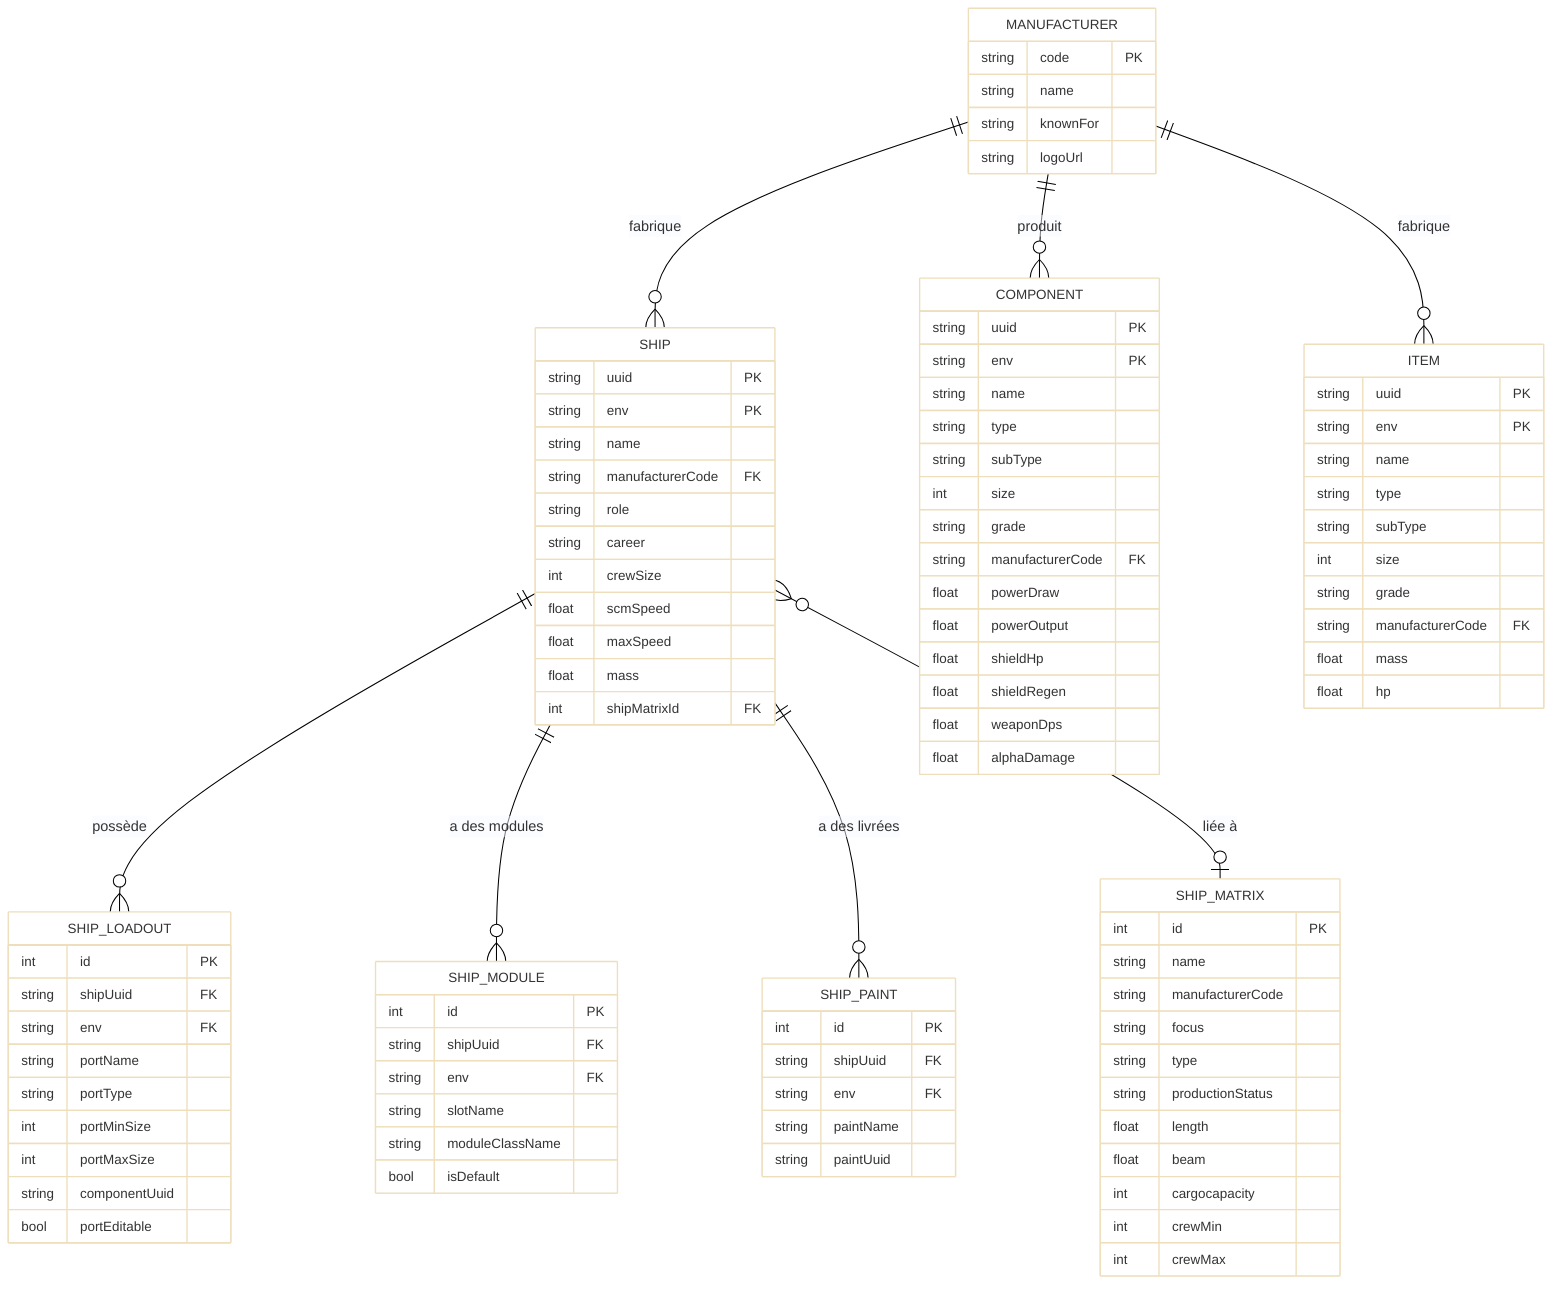
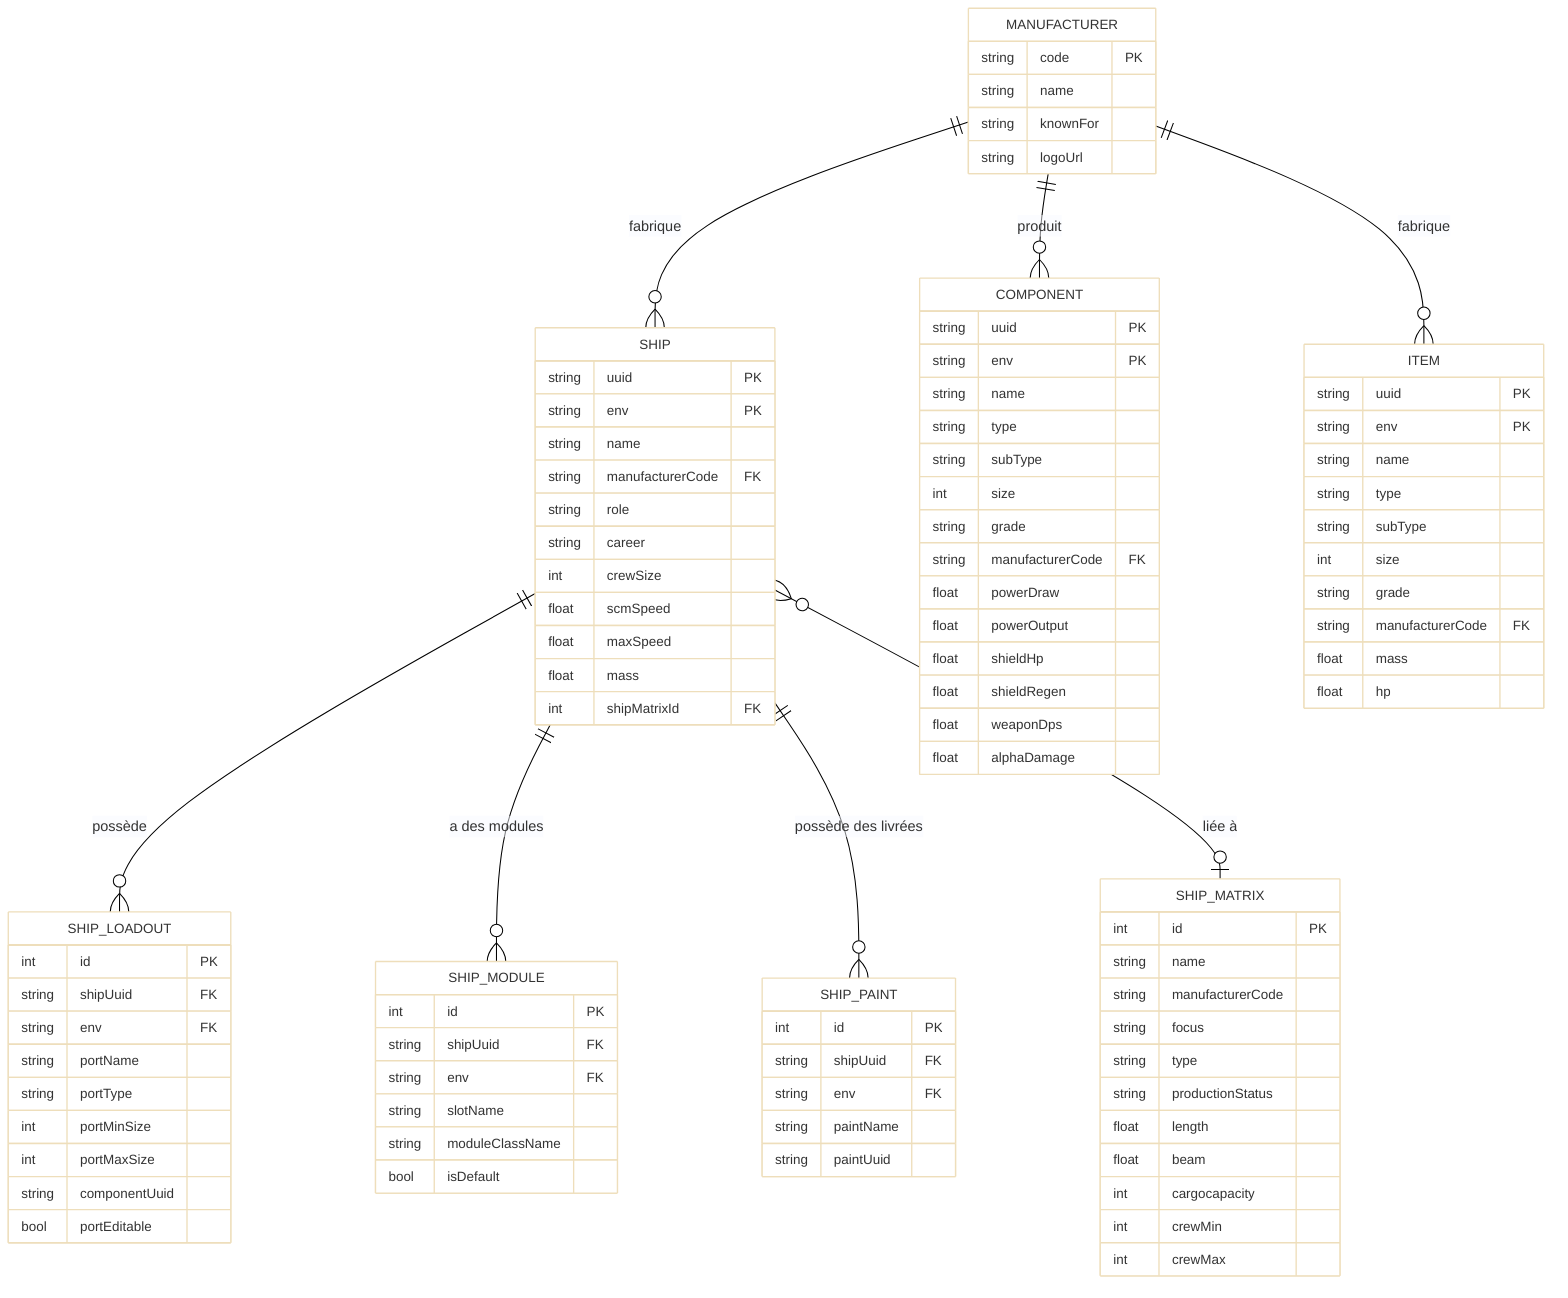
%%{init: {'theme': 'base', 'themeVariables': {'background': '#ffffff', 'mainBkg': '#ffffff', 'fontSize': '13px', 'fontFamily': 'Arial'}, 'er': {'diagramPadding': 20, 'entityPadding': 10, 'useMaxWidth': true}}}%%
erDiagram
    MANUFACTURER {
        string code PK
        string name
        string knownFor
        string logoUrl
    }

    SHIP {
        string uuid PK
        string env PK
        string name
        string manufacturerCode FK
        string role
        string career
        int crewSize
        float scmSpeed
        float maxSpeed
        float mass
        int shipMatrixId FK
    }

    SHIP_LOADOUT {
        int id PK
        string shipUuid FK
        string env FK
        string portName
        string portType
        int portMinSize
        int portMaxSize
        string componentUuid
        bool portEditable
    }

    SHIP_MODULE {
        int id PK
        string shipUuid FK
        string env FK
        string slotName
        string moduleClassName
        bool isDefault
    }

    SHIP_PAINT {
        int id PK
        string shipUuid FK
        string env FK
        string paintName
        string paintUuid
    }

    COMPONENT {
        string uuid PK
        string env PK
        string name
        string type
        string subType
        int size
        string grade
        string manufacturerCode FK
        float powerDraw
        float powerOutput
        float shieldHp
        float shieldRegen
        float weaponDps
        float alphaDamage
    }

    ITEM {
        string uuid PK
        string env PK
        string name
        string type
        string subType
        int size
        string grade
        string manufacturerCode FK
        float mass
        float hp
    }

    SHIP_MATRIX {
        int id PK
        string name
        string manufacturerCode
        string focus
        string type
        string productionStatus
        float length
        float beam
        int cargocapacity
        int crewMin
        int crewMax
    }

    MANUFACTURER ||--o{ SHIP : "fabrique"
    MANUFACTURER ||--o{ COMPONENT : "produit"
    MANUFACTURER ||--o{ ITEM : "fabrique"
    SHIP ||--o{ SHIP_LOADOUT : "possède"
    SHIP ||--o{ SHIP_MODULE : "a des modules"
-     SHIP ||--o{ SHIP_PAINT : "a des livrées"
+     SHIP ||--o{ SHIP_PAINT : "possède des livrées"
    SHIP }o--o| SHIP_MATRIX : "liée à"
